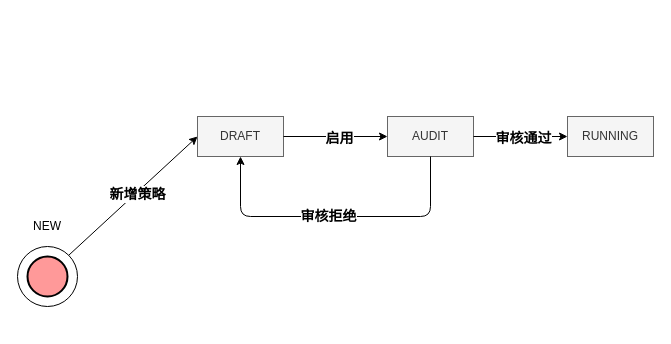
This is strategy-state.drawio from learn2Pro/draw_io_save, a draw.io file, before an edit. Source tidied: cells renumbered, new cells numbered last; positions are measured from the earlier drawing's top-left corner, leaving out a move shared by most shapes. Both pictures are drawn from the tidied source at 100%, with x=0, y=0 at pixel (17, 116).
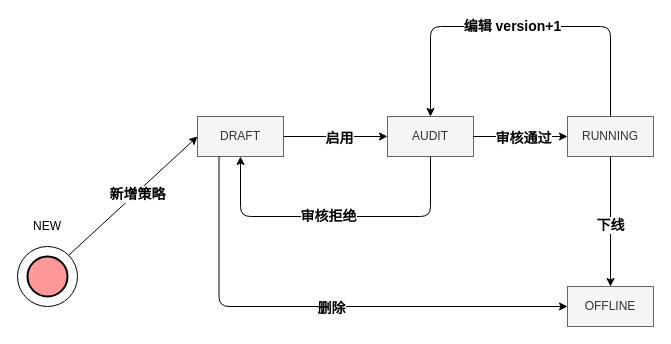
The same diagram, later.

The change refers to these unchanged cells:
```xml
<mxCell id="8" value="DRAFT" style="rounded=0;whiteSpace=wrap;html=1;strokeWidth=1;fillColor=#f5f5f5;strokeColor=#666666;fontColor=#333333;" parent="1" vertex="1">
  <mxGeometry x="180" width="86" height="40" as="geometry" />
</mxCell>
<mxCell id="11" value="AUDIT" style="rounded=0;whiteSpace=wrap;html=1;strokeWidth=1;fillColor=#f5f5f5;strokeColor=#666666;fontColor=#333333;" parent="1" vertex="1">
  <mxGeometry x="370" width="86" height="40" as="geometry" />
</mxCell>
<mxCell id="14" value="RUNNING" style="rounded=0;whiteSpace=wrap;html=1;strokeWidth=1;fillColor=#f5f5f5;strokeColor=#666666;fontColor=#333333;" parent="1" vertex="1">
  <mxGeometry x="550" width="86" height="40" as="geometry" />
</mxCell>
```

The edit, as a diff of the source:
```diff
@@
+    <mxCell id="17" style="endArrow=classic;html=1;exitX=0.5;exitY=0;exitDx=0;exitDy=0;edgeStyle=orthogonalEdgeStyle;entryX=0.5;entryY=0;entryDx=0;entryDy=0;" parent="1" edge="1" source="14" target="11">
+      <mxGeometry relative="1" as="geometry">
+        <Array as="points">
+          <mxPoint x="593" y="-90" />
+          <mxPoint x="413" y="-90" />
+        </Array>
+      </mxGeometry>
+    </mxCell>
+    <mxCell id="18" value="&lt;span style=&quot;font-size: 14px&quot;&gt;&lt;b&gt;编辑 version+1&lt;/b&gt;&lt;/span&gt;" style="edgeLabel;html=1;align=center;verticalAlign=middle;" parent="17" vertex="1">
+      <mxGeometry x="0.05" y="-1" relative="1" as="geometry" />
+    </mxCell>
+    <mxCell id="19" style="endArrow=classic;html=1;exitX=0.5;exitY=1;exitDx=0;exitDy=0;" parent="1" edge="1" source="14" target="21">
+      <mxGeometry relative="1" as="geometry" />
+    </mxCell>
+    <mxCell id="20" value="&lt;span style=&quot;font-size: 14px&quot;&gt;&lt;b&gt;下线&lt;/b&gt;&lt;/span&gt;" style="edgeLabel;html=1;align=center;verticalAlign=middle;" parent="19" vertex="1">
+      <mxGeometry x="0.05" y="-1" relative="1" as="geometry" />
+    </mxCell>
+    <mxCell id="21" value="OFFLINE" style="rounded=0;whiteSpace=wrap;html=1;strokeWidth=1;fillColor=#f5f5f5;strokeColor=#666666;fontColor=#333333;" parent="1" vertex="1">
+      <mxGeometry x="550" y="170" width="86" height="40" as="geometry" />
+    </mxCell>
+    <mxCell id="22" style="endArrow=classic;html=1;exitX=0.25;exitY=1;exitDx=0;exitDy=0;edgeStyle=orthogonalEdgeStyle;entryX=0;entryY=0.5;entryDx=0;entryDy=0;" parent="1" edge="1" source="8" target="21">
+      <mxGeometry relative="1" as="geometry" />
+    </mxCell>
+    <mxCell id="23" value="&lt;b&gt;&lt;font style=&quot;font-size: 14px&quot;&gt;删除&lt;/font&gt;&lt;/b&gt;" style="edgeLabel;html=1;align=center;verticalAlign=middle;" parent="22" vertex="1">
+      <mxGeometry x="0.05" y="-1" relative="1" as="geometry" />
+    </mxCell>
```
